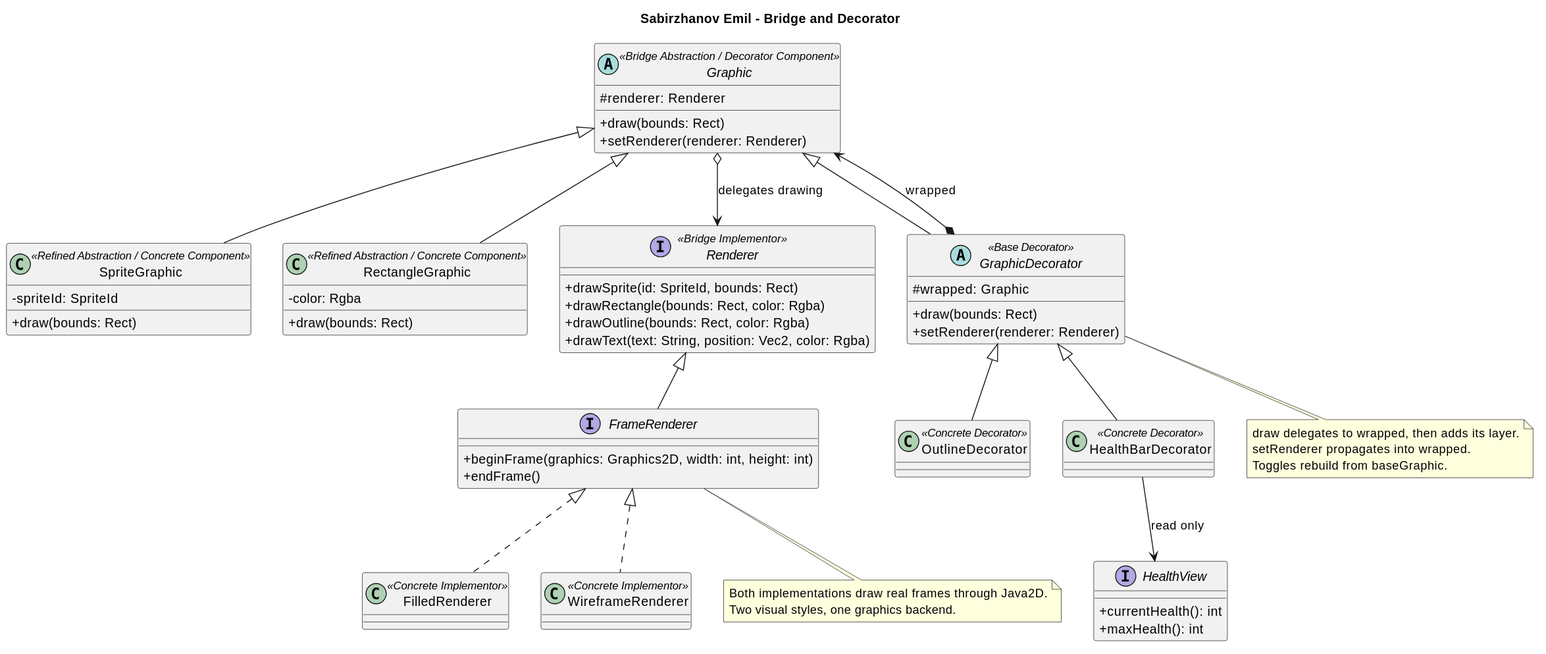
This is docs/uml/rendered/rendering-patterns.svg from AlmazCode/JSE, a PlantUML export, as it was before one commit.
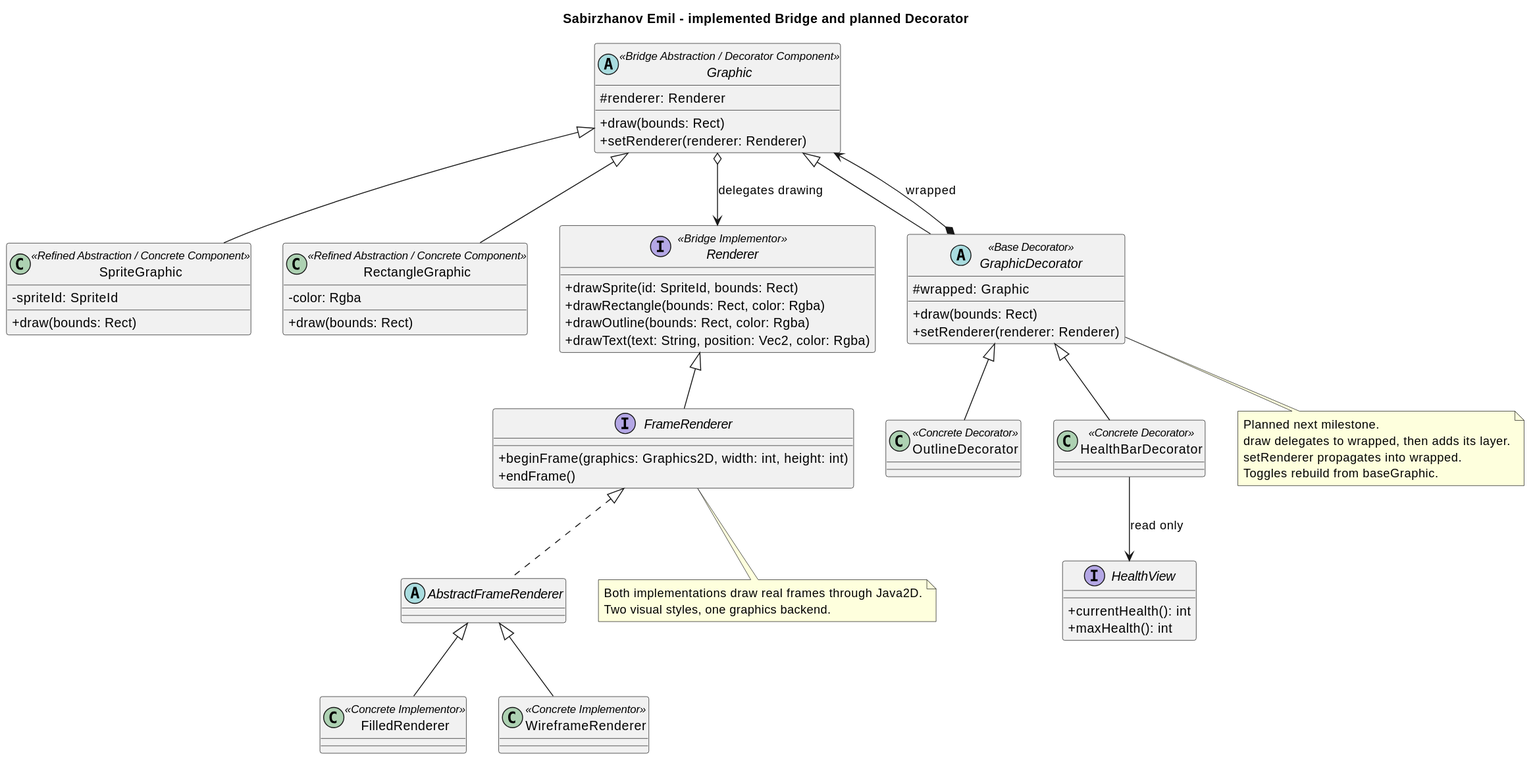
Later version of the same file.

Change to the diagram source:
```diff
@@ -1,5 +1,5 @@
 @startuml
-title Sabirzhanov Emil - Bridge and Decorator
+title Sabirzhanov Emil - implemented Bridge and planned Decorator
 skinparam classAttributeIconSize 0
 abstract class Graphic <<Bridge Abstraction / Decorator Component>> {
   # renderer: Renderer
@@ -24,6 +24,7 @@
   + beginFrame(graphics: Graphics2D, width: int, height: int)
   + endFrame()
 }
+abstract class AbstractFrameRenderer
 class FilledRenderer <<Concrete Implementor>>
 class WireframeRenderer <<Concrete Implementor>>
 abstract class GraphicDecorator <<Base Decorator>> {
@@ -41,14 +42,16 @@
 Graphic <|-- RectangleGraphic
 Graphic o--> Renderer : delegates drawing
 Renderer <|-- FrameRenderer
-FrameRenderer <|.. FilledRenderer
-FrameRenderer <|.. WireframeRenderer
+FrameRenderer <|.. AbstractFrameRenderer
+AbstractFrameRenderer <|-- FilledRenderer
+AbstractFrameRenderer <|-- WireframeRenderer
 Graphic <|-- GraphicDecorator
 GraphicDecorator *--> Graphic : wrapped
 GraphicDecorator <|-- OutlineDecorator
 GraphicDecorator <|-- HealthBarDecorator
 HealthBarDecorator --> HealthView : read only
 note bottom of GraphicDecorator
+Planned next milestone.
 draw delegates to wrapped, then adds its layer.
 setRenderer propagates into wrapped.
 Toggles rebuild from baseGraphic.
```
